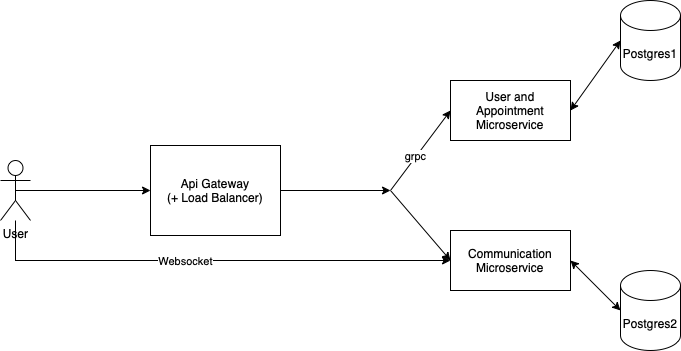
Above: images/diagram.png in denyred/PAD (draw.io), before the change. Source tidied: cells renumbered, new cells last; positions are measured from the earlier drawing's top-left corner, leaving out a move shared by most shapes.
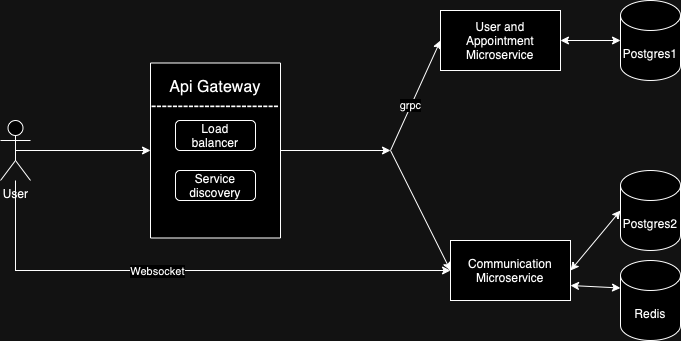
Later version of the same file.

Diff of the diagram source:
```diff
@@ -5,20 +5,20 @@
     <mxCell id="2" value="User" style="shape=umlActor;verticalLabelPosition=bottom;verticalAlign=top;html=1;outlineConnect=0;" parent="1" vertex="1">
       <mxGeometry y="160" width="30" height="60" as="geometry" />
     </mxCell>
-    <mxCell id="3" value="Api Gateway&lt;div&gt;(+ Load Balancer)&lt;/div&gt;" style="rounded=0;whiteSpace=wrap;html=1;" parent="1" vertex="1">
-      <mxGeometry x="150" y="145" width="130" height="90" as="geometry" />
+    <mxCell id="3" value="&lt;font style=&quot;font-size: 16px;&quot;&gt;Api Gateway&lt;/font&gt;&lt;div&gt;&lt;div&gt;&lt;font size=&quot;3&quot;&gt;------------------------&lt;/font&gt;&lt;/div&gt;&lt;div&gt;&lt;font size=&quot;3&quot;&gt;&lt;br&gt;&lt;/font&gt;&lt;/div&gt;&lt;div&gt;&lt;font size=&quot;3&quot;&gt;&lt;br&gt;&lt;/font&gt;&lt;/div&gt;&lt;div&gt;&lt;font size=&quot;3&quot;&gt;&lt;br&gt;&lt;/font&gt;&lt;/div&gt;&lt;div&gt;&lt;font size=&quot;3&quot;&gt;&lt;br&gt;&lt;/font&gt;&lt;div style=&quot;font-size: 16px;&quot;&gt;&lt;font style=&quot;font-size: 16px;&quot;&gt;&lt;br&gt;&lt;/font&gt;&lt;/div&gt;&lt;div style=&quot;font-size: 11px;&quot;&gt;&lt;span style=&quot;caret-color: rgba(0, 0, 0, 0); color: rgba(0, 0, 0, 0); font-family: monospace; font-size: 0px; text-align: start; white-space: nowrap;&quot;&gt;%3CmxGraphModel%3E%3Croot%3E%3CmxCell%20id%3D%220%22%2F%3E%3CmxCell%20id%3D%221%22%20parent%3D%220%22%2F%3E%3CmxCell%20id%3D%222%22%20value%3D%22Load%20balancer%22%20style%3D%22text%3Bhtml%3D1%3Balign%3Dcenter%3BverticalAlign%3Dmiddle%3BwhiteSpace%3Dwrap%3Brounded%3D0%3B%22%20vertex%3D%221%22%20parent%3D%221%22%3E%3CmxGeometry%20x%3D%22315%22%20y%3D%22160%22%20width%3D%2260%22%20height%3D%2230%22%20as%3D%22geometry%22%2F%3E%3C%2FmxCell%3E%3C%2Froot%3E%3C%2FmxGraphModel%3E&lt;/span&gt;&lt;br&gt;&lt;/div&gt;&lt;/div&gt;&lt;/div&gt;" style="rounded=0;whiteSpace=wrap;html=1;" parent="1" vertex="1">
+      <mxGeometry x="150" y="102.5" width="130" height="175" as="geometry" />
     </mxCell>
     <mxCell id="4" value="User and Appointment Microservice" style="rounded=0;whiteSpace=wrap;html=1;" parent="1" vertex="1">
-      <mxGeometry x="450" y="80" width="120" height="60" as="geometry" />
+      <mxGeometry x="440" y="50" width="120" height="60" as="geometry" />
     </mxCell>
     <mxCell id="5" value="Communication Microservice" style="rounded=0;whiteSpace=wrap;html=1;" parent="1" vertex="1">
-      <mxGeometry x="450" y="230" width="120" height="60" as="geometry" />
+      <mxGeometry x="450" y="280" width="120" height="60" as="geometry" />
     </mxCell>
     <mxCell id="6" value="Postgres1" style="shape=cylinder3;whiteSpace=wrap;html=1;boundedLbl=1;backgroundOutline=1;size=15;" parent="1" vertex="1">
-      <mxGeometry x="620" width="60" height="80" as="geometry" />
+      <mxGeometry x="620" y="40" width="60" height="80" as="geometry" />
     </mxCell>
     <mxCell id="7" value="Postgres2" style="shape=cylinder3;whiteSpace=wrap;html=1;boundedLbl=1;backgroundOutline=1;size=15;" parent="1" vertex="1">
-      <mxGeometry x="620" y="270" width="60" height="80" as="geometry" />
+      <mxGeometry x="620" y="210" width="60" height="80" as="geometry" />
     </mxCell>
     <mxCell id="8" style="endArrow=classic;html=1;rounded=0;exitX=0.5;exitY=0.5;exitDx=0;exitDy=0;exitPerimeter=0;entryX=0;entryY=0.5;entryDx=0;entryDy=0;" parent="1" edge="1" source="2" target="3">
       <mxGeometry relative="1" as="geometry" />
@@ -44,7 +44,7 @@
     <mxCell id="13" style="endArrow=classic;html=1;rounded=0;entryX=0;entryY=0.5;entryDx=0;entryDy=0;" parent="1" edge="1" source="2" target="5">
       <mxGeometry relative="1" as="geometry">
         <Array as="points">
-          <mxPoint x="15" y="260" />
+          <mxPoint x="15" y="310" />
         </Array>
       </mxGeometry>
     </mxCell>
@@ -57,5 +57,20 @@
     <mxCell id="16" style="endArrow=classic;startArrow=classic;html=1;rounded=0;exitX=1;exitY=0.5;exitDx=0;exitDy=0;entryX=0;entryY=0.5;entryDx=0;entryDy=0;entryPerimeter=0;" parent="1" edge="1" source="5" target="7">
       <mxGeometry relative="1" as="geometry" />
     </mxCell>
+    <mxCell id="17" style="rounded=1;whiteSpace=wrap;html=1;" parent="1" vertex="1">
+      <mxGeometry x="175" y="160" width="80" height="30" as="geometry" />
+    </mxCell>
+    <mxCell id="18" value="Load balancer" style="text;html=1;align=center;verticalAlign=middle;whiteSpace=wrap;rounded=0;" parent="1" vertex="1">
+      <mxGeometry x="185" y="160" width="60" height="30" as="geometry" />
+    </mxCell>
+    <mxCell id="19" value="Service discovery" style="rounded=1;whiteSpace=wrap;html=1;" parent="1" vertex="1">
+      <mxGeometry x="175" y="210" width="80" height="30" as="geometry" />
+    </mxCell>
+    <mxCell id="20" style="endArrow=classic;startArrow=classic;html=1;rounded=0;exitX=1;exitY=0.75;exitDx=0;exitDy=0;entryX=0;entryY=0;entryDx=0;entryDy=27.5;entryPerimeter=0;" parent="1" edge="1" source="5" target="21">
+      <mxGeometry relative="1" as="geometry" />
+    </mxCell>
+    <mxCell id="21" value="Redis" style="shape=cylinder3;whiteSpace=wrap;html=1;boundedLbl=1;backgroundOutline=1;size=15;" parent="1" vertex="1">
+      <mxGeometry x="620" y="300" width="60" height="80" as="geometry" />
+    </mxCell>
   </root>
 </mxGraphModel>
```
